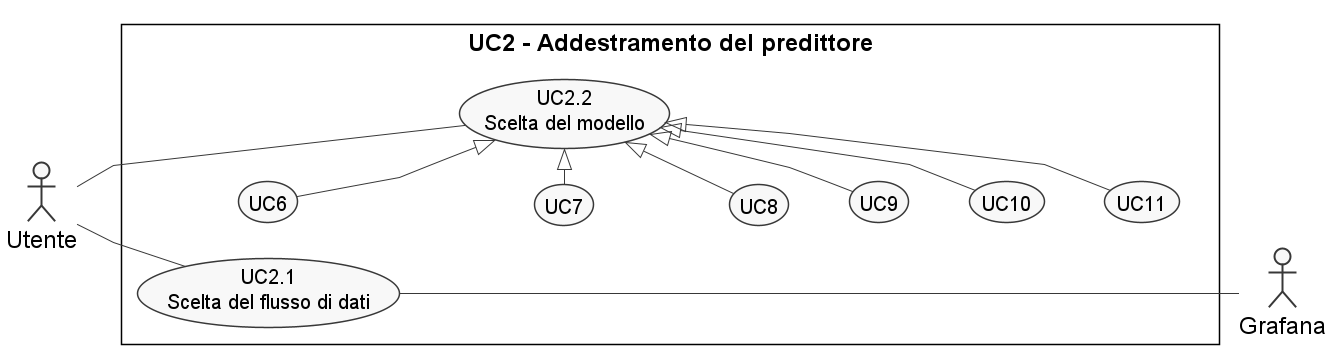
Above: esterni/analisi-dei-requisiti/components/casi-duso/diagrams/out/uc2.png in sofiabononi/project-docs (PlantUML), before the change. Source of this version:
```plantuml
@startuml uc2
left to right direction
skinparam {
  Monochrome true
  Linetype polyline
  Shadowing false
}


skinparam RectangleFontSize 24
skinparam UsecaseFontSize 20
skinparam ActorFontSize 24

actor :Utente: as A
actor :Grafana: as A1

rectangle "UC2 - Addestramento del predittore"{
    usecase (UC2.1) as "UC2.1\n Scelta del flusso di dati"
    usecase (UC2.2) as "UC2.2\n Scelta del modello"
    together {
      usecase (UC6)
      usecase (UC7)
      usecase (UC8)
      usecase (UC9)
      usecase (UC10)
      usecase (UC11)
  }
}

:A: -- (UC2.1)
:A: -- (UC2.2)

(UC2.1) ------- :A1:

(UC2.2) <|-right- (UC6)
(UC2.2) <|-right- (UC7)
(UC2.2) <|-right- (UC8)
(UC2.2) <|-right- (UC9)
(UC2.2) <|-right- (UC10)
(UC2.2) <|-up- (UC11)
(UC6)-[hidden]-(UC7)
(UC7)-[hidden]-(UC8)
(UC8)-[hidden]-(UC9)
(UC9)-[hidden]-(UC10)
(UC10)-[hidden]-(UC11)

@enduml
```
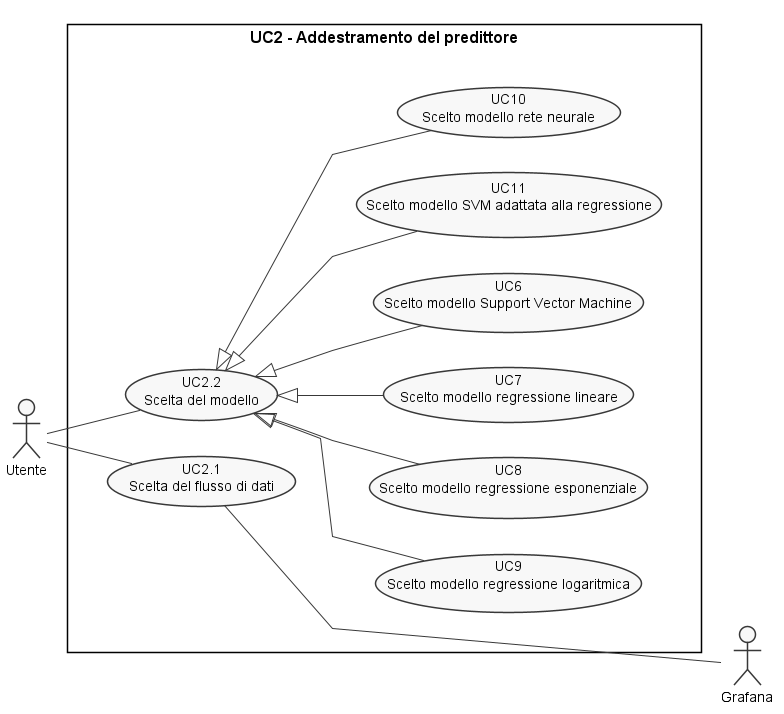
After the change.

What changed in the source:
```diff
@@ -1,47 +1,36 @@
 @startuml uc2
-left to right direction
-skinparam {
-  Monochrome true
-  Linetype polyline
-  Shadowing false
-}
+!include ../style.pu
 
-
-skinparam RectangleFontSize 24
-skinparam UsecaseFontSize 20
-skinparam ActorFontSize 24
+skinparam RectangleFontSize 16
 
 actor :Utente: as A
 actor :Grafana: as A1
 
 rectangle "UC2 - Addestramento del predittore"{
+  together {
     usecase (UC2.1) as "UC2.1\n Scelta del flusso di dati"
     usecase (UC2.2) as "UC2.2\n Scelta del modello"
+}
     together {
-      usecase (UC6)
-      usecase (UC7)
-      usecase (UC8)
-      usecase (UC9)
-      usecase (UC10)
-      usecase (UC11)
+    usecase (UC6) as "UC6\n Scelto modello Support Vector Machine"
+    usecase (UC7) as "UC7\n Scelto modello regressione lineare"
+    usecase (UC8) as "UC8\n Scelto modello regressione esponenziale"
+    usecase (UC9) as "UC9\n Scelto modello regressione logaritmica"
+    usecase (UC10) as "UC10\n Scelto modello rete neurale"
+    usecase (UC11) as "UC11\n Scelto modello SVM adattata alla regressione"
   }
 }
 
 :A: -- (UC2.1)
 :A: -- (UC2.2)
 
-(UC2.1) ------- :A1:
+(UC2.1) --- :A1:
 
-(UC2.2) <|-right- (UC6)
-(UC2.2) <|-right- (UC7)
-(UC2.2) <|-right- (UC8)
-(UC2.2) <|-right- (UC9)
-(UC2.2) <|-right- (UC10)
-(UC2.2) <|-up- (UC11)
-(UC6)-[hidden]-(UC7)
-(UC7)-[hidden]-(UC8)
-(UC8)-[hidden]-(UC9)
-(UC9)-[hidden]-(UC10)
-(UC10)-[hidden]-(UC11)
+(UC2.2) <|-- (UC6)
+(UC2.2) <|-- (UC7)
+(UC2.2) <|-- (UC8)
+(UC2.2) <|-- (UC9)
+(UC2.2) <|- (UC10)
+(UC2.2) <|- (UC11)
 
 @enduml
```
